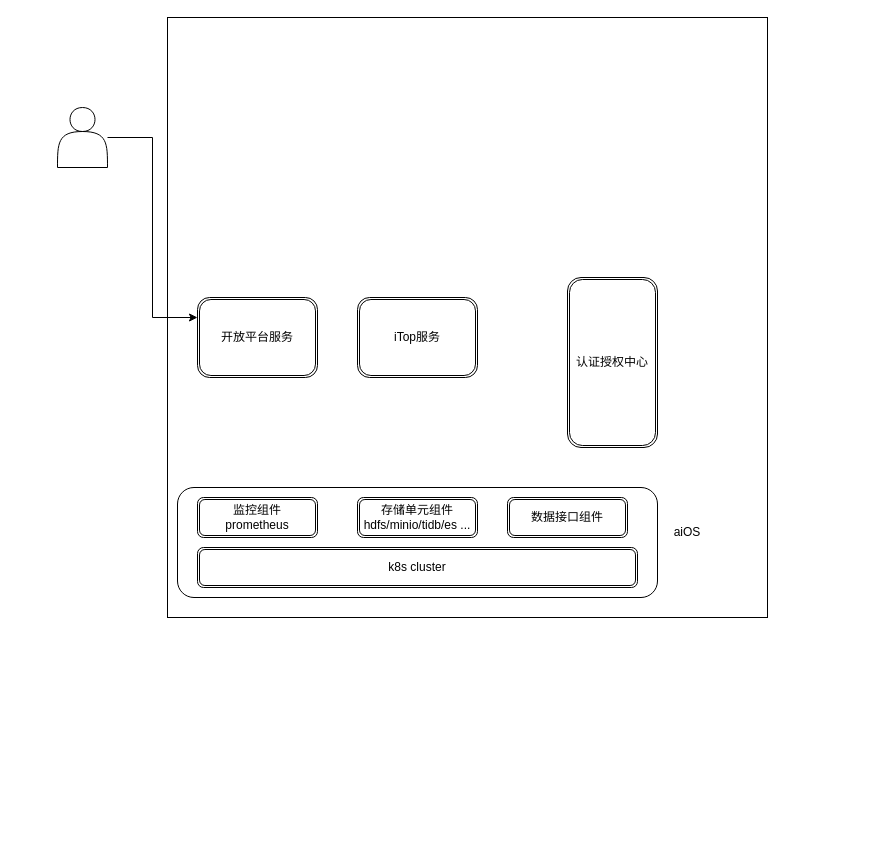
The draw.io diagram 未命名绘图.drawio in luyuandeng/drawio, before the edit. Source tidied: cells renumbered, new cells numbered last; positions are measured from the earlier drawing's top-left corner, leaving out a move shared by most shapes. Both pictures are drawn from the tidied source at 100%, with x=0, y=0 at pixel (57, 17).
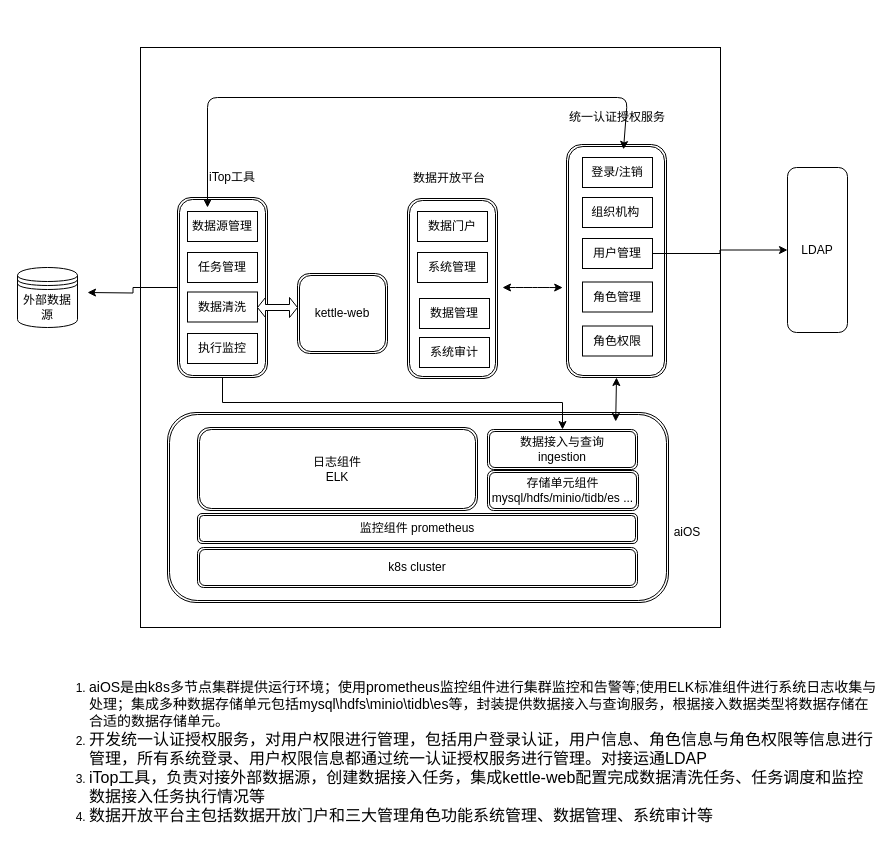
The same diagram, later.

Commit message:
更新未命名绘图.drawio

The edit, as a diff of the source:
```diff
@@
     <mxCell id="2" style="whiteSpace=wrap;html=1;" parent="1" vertex="1">
-      <mxGeometry x="110" width="600" height="600" as="geometry" />
+      <mxGeometry x="83" y="30" width="580" height="580" as="geometry" />
     </mxCell>
-    <mxCell id="3" style="rounded=1;whiteSpace=wrap;html=1;" parent="1" vertex="1">
-      <mxGeometry x="120" y="470" width="480" height="110" as="geometry" />
-    </mxCell>
-    <mxCell id="4" style="edgeStyle=orthogonalEdgeStyle;rounded=0;jettySize=auto;html=1;entryX=0;entryY=0.25;entryDx=0;entryDy=0;" parent="1" edge="1" source="5" target="6">
-      <mxGeometry relative="1" as="geometry" />
-    </mxCell>
-    <mxCell id="5" style="shape=actor;whiteSpace=wrap;html=1;" parent="1" vertex="1">
-      <mxGeometry y="90" width="50" height="60" as="geometry" />
-    </mxCell>
+    <mxCell id="14" style="shape=ext;double=1;rounded=1;whiteSpace=wrap;html=1;" parent="1" vertex="1">
+      <mxGeometry x="110" y="395" width="501" height="190" as="geometry" />
+    </mxCell>
-    <mxCell id="6" value="开放平台服务" style="shape=ext;double=1;rounded=1;whiteSpace=wrap;html=1;" parent="1" vertex="1">
-      <mxGeometry x="140" y="280" width="120" height="80" as="geometry" />
+    <mxCell id="6" style="shape=ext;double=1;rounded=1;whiteSpace=wrap;html=1;" parent="1" vertex="1">
+      <mxGeometry x="350" y="181" width="90" height="180" as="geometry" />
     </mxCell>
+    <mxCell id="15" style="edgeStyle=orthogonalEdgeStyle;rounded=0;jettySize=auto;html=1;" parent="1" edge="1" source="7">
+      <mxGeometry relative="1" as="geometry">
+        <mxPoint x="30" y="275" as="targetPoint" />
+      </mxGeometry>
+    </mxCell>
+    <mxCell id="16" style="edgeStyle=orthogonalEdgeStyle;rounded=0;jettySize=auto;html=1;entryX=0.5;entryY=0;entryDx=0;entryDy=0;entryPerimeter=0;" parent="1" edge="1" source="7" target="13">
+      <mxGeometry relative="1" as="geometry">
+        <Array as="points">
+          <mxPoint x="165" y="385" />
+          <mxPoint x="505" y="385" />
+        </Array>
+      </mxGeometry>
+    </mxCell>
-    <mxCell id="7" value="iTop服务" style="shape=ext;double=1;rounded=1;whiteSpace=wrap;html=1;" parent="1" vertex="1">
-      <mxGeometry x="300" y="280" width="120" height="80" as="geometry" />
+    <mxCell id="7" style="shape=ext;double=1;rounded=1;whiteSpace=wrap;html=1;" parent="1" vertex="1">
+      <mxGeometry x="120" y="180" width="90" height="180" as="geometry" />
     </mxCell>
@@
-    <mxCell id="9" value="认证授权中心" style="shape=ext;double=1;rounded=1;whiteSpace=wrap;html=1;" parent="1" vertex="1">
-      <mxGeometry x="510" y="260" width="90" height="170" as="geometry" />
+    <mxCell id="9" style="shape=ext;double=1;rounded=1;whiteSpace=wrap;html=1;" parent="1" vertex="1">
+      <mxGeometry x="509" y="127" width="100" height="233" as="geometry" />
     </mxCell>
@@
     <mxCell id="11" value="监控组件 prometheus" style="shape=ext;double=1;rounded=1;whiteSpace=wrap;html=1;" parent="1" vertex="1">
-      <mxGeometry x="140" y="480" width="120" height="40" as="geometry" />
+      <mxGeometry x="140" y="496" width="440" height="30" as="geometry" />
     </mxCell>
-    <mxCell id="12" value="存储单元组件 &lt;br&gt;hdfs/minio/tidb/es ..." style="shape=ext;double=1;rounded=1;whiteSpace=wrap;html=1;" parent="1" vertex="1">
-      <mxGeometry x="300" y="480" width="120" height="40" as="geometry" />
+    <mxCell id="12" value="存储单元组件 &lt;br&gt;mysql/hdfs/minio/tidb/es ..." style="shape=ext;double=1;rounded=1;whiteSpace=wrap;html=1;" parent="1" vertex="1">
+      <mxGeometry x="430" y="453" width="151" height="40" as="geometry" />
     </mxCell>
-    <mxCell id="13" value="数据接口组件" style="shape=ext;double=1;rounded=1;whiteSpace=wrap;html=1;" parent="1" vertex="1">
-      <mxGeometry x="450" y="480" width="120" height="40" as="geometry" />
+    <mxCell id="13" value="数据接入与查询&lt;br&gt;ingestion" style="shape=ext;double=1;rounded=1;whiteSpace=wrap;html=1;" parent="1" vertex="1">
+      <mxGeometry x="430" y="412" width="150" height="40" as="geometry" />
     </mxCell>
+    <mxCell id="17" value="日志组件&lt;br&gt;ELK" style="shape=ext;double=1;rounded=1;whiteSpace=wrap;html=1;" parent="1" vertex="1">
+      <mxGeometry x="140" y="410" width="280" height="83" as="geometry" />
+    </mxCell>
+    <mxCell id="18" value="外部数据源" style="shape=datastore;whiteSpace=wrap;html=1;" parent="1" vertex="1">
+      <mxGeometry x="-40" y="250" width="60" height="60" as="geometry" />
+    </mxCell>
+    <mxCell id="19" style="endArrow=classic;startArrow=classic;html=1;entryX=0.5;entryY=1;entryDx=0;entryDy=0;exitX=0.913;exitY=0.022;exitDx=0;exitDy=0;exitPerimeter=0;" parent="1" edge="1" target="9">
+      <mxGeometry relative="1" as="geometry">
+        <mxPoint x="558.2" y="404" as="sourcePoint" />
+      </mxGeometry>
+    </mxCell>
+    <mxCell id="20" value="iTop工具" style="text;html=1;strokeColor=none;fillColor=none;align=center;verticalAlign=middle;whiteSpace=wrap;rounded=0;" parent="1" vertex="1">
+      <mxGeometry x="150" y="150" width="50" height="20" as="geometry" />
+    </mxCell>
+    <mxCell id="21" value="&lt;span&gt;kettle-web&lt;/span&gt;" style="shape=ext;double=1;rounded=1;whiteSpace=wrap;html=1;" parent="1" vertex="1">
+      <mxGeometry x="240" y="256" width="90" height="80" as="geometry" />
+    </mxCell>
+    <mxCell id="22" value="数据源管理" style="rounded=0;whiteSpace=wrap;html=1;" parent="1" vertex="1">
+      <mxGeometry x="130" y="194" width="70" height="30" as="geometry" />
+    </mxCell>
+    <mxCell id="23" value="数据清洗" style="rounded=0;whiteSpace=wrap;html=1;" parent="1" vertex="1">
+      <mxGeometry x="130" y="274.5" width="70" height="30" as="geometry" />
+    </mxCell>
+    <mxCell id="24" value="任务管理" style="rounded=0;whiteSpace=wrap;html=1;" parent="1" vertex="1">
+      <mxGeometry x="130" y="235" width="70" height="30" as="geometry" />
+    </mxCell>
+    <mxCell id="25" value="执行监控" style="rounded=0;whiteSpace=wrap;html=1;" parent="1" vertex="1">
+      <mxGeometry x="130" y="316" width="70" height="30" as="geometry" />
+    </mxCell>
+    <mxCell id="26" style="shape=doubleArrow;whiteSpace=wrap;html=1;" parent="1" vertex="1">
+      <mxGeometry x="200" y="280" width="40" height="20" as="geometry" />
+    </mxCell>
+    <mxCell id="27" value="数据开放平台" style="text;html=1;strokeColor=none;fillColor=none;align=center;verticalAlign=middle;whiteSpace=wrap;rounded=0;" parent="1" vertex="1">
+      <mxGeometry x="352" y="151" width="80" height="20" as="geometry" />
+    </mxCell>
+    <mxCell id="28" value="统一认证授权服务" style="text;html=1;strokeColor=none;fillColor=none;align=center;verticalAlign=middle;whiteSpace=wrap;rounded=0;" parent="1" vertex="1">
+      <mxGeometry x="510" y="90" width="100" height="20" as="geometry" />
+    </mxCell>
+    <mxCell id="29" value="LDAP" style="rounded=1;whiteSpace=wrap;html=1;" parent="1" vertex="1">
+      <mxGeometry x="730" y="150" width="60" height="165" as="geometry" />
+    </mxCell>
+    <mxCell id="30" value="数据门户" style="rounded=0;whiteSpace=wrap;html=1;" parent="1" vertex="1">
+      <mxGeometry x="360" y="194" width="70" height="30" as="geometry" />
+    </mxCell>
+    <mxCell id="31" value="数据管理" style="rounded=0;whiteSpace=wrap;html=1;" parent="1" vertex="1">
+      <mxGeometry x="362" y="281" width="70" height="30" as="geometry" />
+    </mxCell>
+    <mxCell id="32" value="系统审计" style="rounded=0;whiteSpace=wrap;html=1;" parent="1" vertex="1">
+      <mxGeometry x="362" y="320" width="70" height="30" as="geometry" />
+    </mxCell>
+    <mxCell id="33" value="系统管理" style="rounded=0;whiteSpace=wrap;html=1;" parent="1" vertex="1">
+      <mxGeometry x="360" y="235" width="70" height="30" as="geometry" />
+    </mxCell>
+    <mxCell id="34" value="登录/注销" style="rounded=0;whiteSpace=wrap;html=1;" parent="1" vertex="1">
+      <mxGeometry x="525" y="140" width="70" height="30" as="geometry" />
+    </mxCell>
+    <mxCell id="35" value="组织机构&amp;nbsp;" style="rounded=0;whiteSpace=wrap;html=1;" parent="1" vertex="1">
+      <mxGeometry x="525" y="180" width="70" height="30" as="geometry" />
+    </mxCell>
+    <mxCell id="36" value="角色管理" style="rounded=0;whiteSpace=wrap;html=1;" parent="1" vertex="1">
+      <mxGeometry x="525" y="264.5" width="70" height="30" as="geometry" />
+    </mxCell>
+    <mxCell id="37" value="角色权限" style="rounded=0;whiteSpace=wrap;html=1;" parent="1" vertex="1">
+      <mxGeometry x="525" y="308.5" width="70" height="30" as="geometry" />
+    </mxCell>
+    <mxCell id="38" style="edgeStyle=orthogonalEdgeStyle;rounded=0;jettySize=auto;html=1;entryX=0;entryY=0.5;entryDx=0;entryDy=0;" parent="1" edge="1" source="39" target="29">
+      <mxGeometry relative="1" as="geometry" />
+    </mxCell>
+    <mxCell id="39" value="用户管理" style="rounded=0;whiteSpace=wrap;html=1;" parent="1" vertex="1">
+      <mxGeometry x="525" y="221" width="70" height="30" as="geometry" />
+    </mxCell>
+    <mxCell id="40" value="&lt;ol&gt;&lt;li&gt;&lt;font style=&quot;font-size: 14px&quot;&gt;aiOS是由k8s多节点集群提供运行环境；使用prometheus监控组件进行集群监控和告警等;使用ELK标准组件进行系统日志收集与处理；集成多种数据存储单元包括mysql\hdfs\minio\tidb\es等，封装提供数据接入与查询服务，根据接入数据类型将数据存储在合适的数据存储单元。&lt;/font&gt;&lt;/li&gt;&lt;li&gt;&lt;font size=&quot;3&quot;&gt;开发统一认证授权服务，对用户权限进行管理，包括用户登录认证，用户信息、角色信息与角色权限等信息进行管理，所有系统登录、用户权限信息都通过统一认证授权服务进行管理。对接运通LDAP&lt;/font&gt;&lt;/li&gt;&lt;li&gt;&lt;font size=&quot;3&quot;&gt;iTop工具，负责对接外部数据源，创建数据接入任务，集成kettle-web配置完成数据清洗任务、任务调度和监控数据接入任务执行情况等&lt;/font&gt;&lt;/li&gt;&lt;li&gt;&lt;font size=&quot;3&quot;&gt;数据开放平台主包括数据开放门户和三大管理角色功能系统管理、数据管理、系统审计等&lt;/font&gt;&lt;/li&gt;&lt;/ol&gt;" style="text;strokeColor=none;fillColor=none;html=1;whiteSpace=wrap;verticalAlign=middle;overflow=hidden;" parent="1" vertex="1">
+      <mxGeometry x="-10" y="640" width="830" height="190" as="geometry" />
+    </mxCell>
+    <mxCell id="41" style="endArrow=classic;startArrow=classic;html=1;entryX=0.57;entryY=0.021;entryDx=0;entryDy=0;entryPerimeter=0;" parent="1" edge="1" target="9">
+      <mxGeometry relative="1" as="geometry">
+        <mxPoint x="150" y="190" as="sourcePoint" />
+        <Array as="points">
+          <mxPoint x="150" y="80" />
+          <mxPoint x="570" y="80" />
+        </Array>
+      </mxGeometry>
+    </mxCell>
+    <mxCell id="42" style="endArrow=classic;startArrow=classic;html=1;entryX=0.702;entryY=0.414;entryDx=0;entryDy=0;entryPerimeter=0;" parent="1" edge="1">
+      <mxGeometry relative="1" as="geometry">
+        <mxPoint x="445" y="270" as="sourcePoint" />
+        <mxPoint x="505.2" y="270.1" as="targetPoint" />
+        <Array as="points">
+          <mxPoint x="465" y="270" />
+          <mxPoint x="485" y="270" />
+        </Array>
+      </mxGeometry>
+    </mxCell>
```
